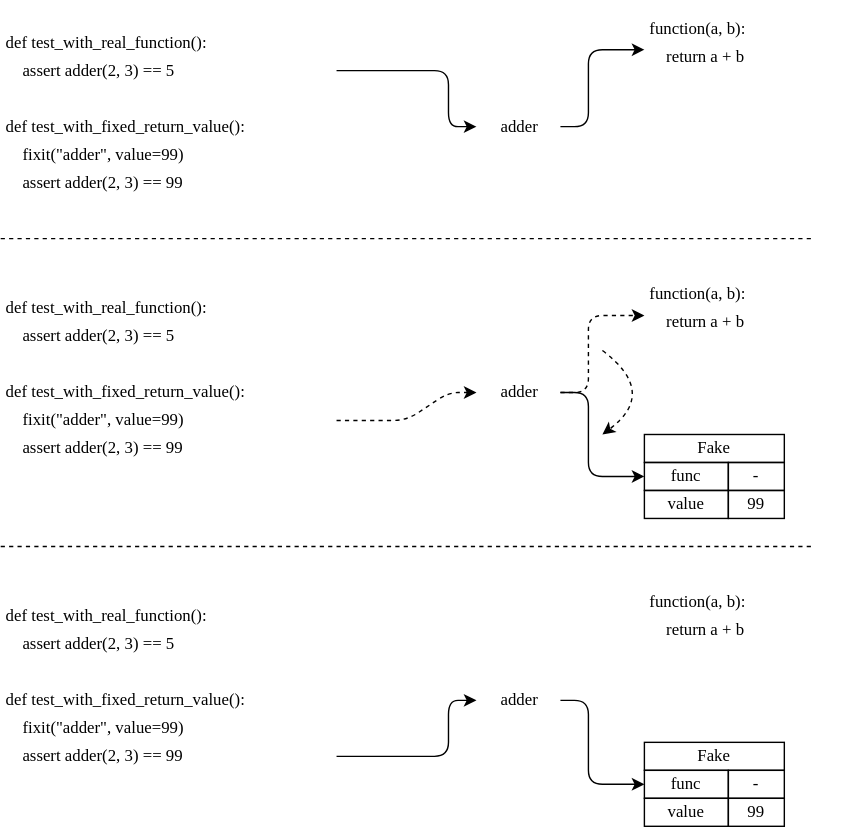
Before: src/reflect/timeline.svg, a diagram exported from draw.io (gvwilson/sdxpy). Source tidied: cells renumbered, new cells last; positions are measured from the earlier drawing's top-left corner, leaving out a move shared by most shapes.
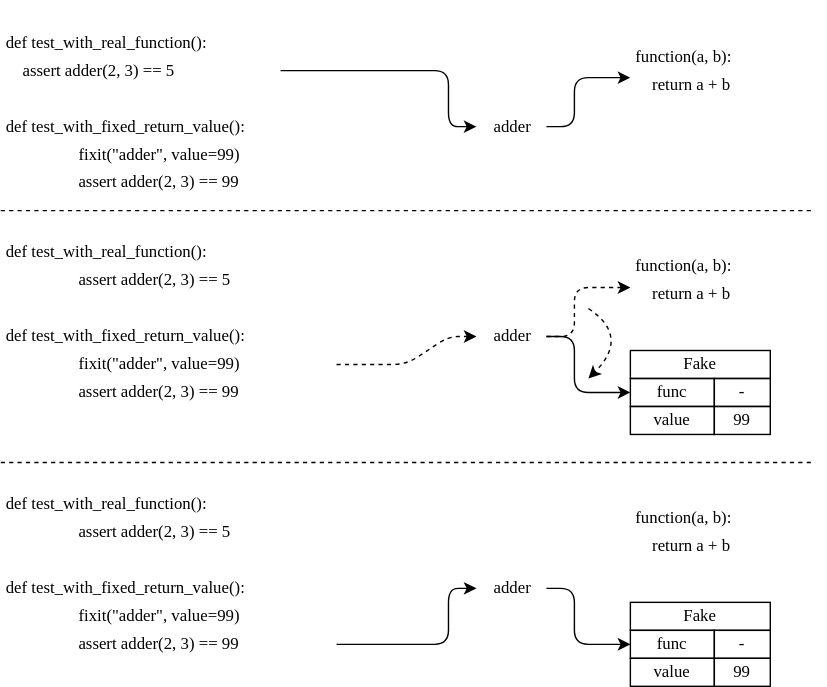
The same file after the commit.

The edit, as a diff of the source:
```diff
@@ -6,22 +6,22 @@
       <mxGeometry x="80" width="230" height="20" as="geometry" />
     </mxCell>
     <mxCell id="3" value="&lt;font style=&quot;font-size: 12px;&quot;&gt;def test_with_real_function():&lt;br style=&quot;font-size: 12px;&quot;&gt;&lt;/font&gt;" style="text;html=1;strokeColor=none;fillColor=none;align=left;verticalAlign=middle;whiteSpace=wrap;rounded=0;spacingLeft=2;fontSize=12;fontFamily=Verdana;" parent="1" vertex="1">
-      <mxGeometry y="20" width="310" height="20" as="geometry" />
+      <mxGeometry y="20" width="200" height="20" as="geometry" />
     </mxCell>
     <mxCell id="4" value="&lt;font style=&quot;font-size: 12px;&quot;&gt;&amp;nbsp; &amp;nbsp; assert adder(2, 3) == 5&lt;br style=&quot;font-size: 12px;&quot;&gt;&lt;/font&gt;" style="text;html=1;strokeColor=none;fillColor=none;align=left;verticalAlign=middle;whiteSpace=wrap;rounded=0;spacingLeft=2;fontSize=12;fontFamily=Verdana;" parent="1" vertex="1">
-      <mxGeometry y="40" width="240" height="20" as="geometry" />
+      <mxGeometry y="40" width="200" height="20" as="geometry" />
     </mxCell>
     <mxCell id="5" value="&lt;font style=&quot;font-size: 12px;&quot;&gt;def test_with_fixed_return_value():&lt;br style=&quot;font-size: 12px;&quot;&gt;&lt;/font&gt;" style="text;html=1;strokeColor=none;fillColor=none;align=left;verticalAlign=middle;whiteSpace=wrap;rounded=0;spacingLeft=2;fontSize=12;fontFamily=Verdana;" parent="1" vertex="1">
-      <mxGeometry y="80" width="310" height="20" as="geometry" />
+      <mxGeometry y="80" width="240" height="20" as="geometry" />
     </mxCell>
     <mxCell id="6" value="&lt;font style=&quot;font-size: 12px;&quot;&gt;&amp;nbsp; &amp;nbsp; fixit(&quot;adder&quot;, value=99)&lt;br style=&quot;font-size: 12px;&quot;&gt;&lt;/font&gt;" style="text;html=1;strokeColor=none;fillColor=none;align=left;verticalAlign=middle;whiteSpace=wrap;rounded=0;spacingLeft=2;fontSize=12;fontFamily=Verdana;" parent="1" vertex="1">
-      <mxGeometry y="100" width="240" height="20" as="geometry" />
+      <mxGeometry x="40" y="100" width="200" height="20" as="geometry" />
     </mxCell>
     <mxCell id="7" value="&lt;font style=&quot;font-size: 12px;&quot;&gt;&amp;nbsp; &amp;nbsp; assert adder(2, 3) == 99&lt;br style=&quot;font-size: 12px;&quot;&gt;&lt;/font&gt;" style="text;html=1;strokeColor=none;fillColor=none;align=left;verticalAlign=middle;whiteSpace=wrap;rounded=0;spacingLeft=2;fontSize=12;fontFamily=Verdana;" parent="1" vertex="1">
-      <mxGeometry y="120" width="240" height="20" as="geometry" />
+      <mxGeometry x="40" y="120" width="200" height="20" as="geometry" />
     </mxCell>
     <mxCell id="8" style="group;fontSize=12;fontFamily=Verdana;" parent="1" vertex="1">
-      <mxGeometry x="460" y="10" width="140" height="40" as="geometry" />
+      <mxGeometry x="450" y="30" width="140" height="40" as="geometry" />
     </mxCell>
     <mxCell id="9" value="&lt;font style=&quot;font-size: 12px;&quot;&gt;function(a, b):&lt;br style=&quot;font-size: 12px;&quot;&gt;&lt;/font&gt;" style="text;html=1;strokeColor=none;fillColor=none;align=left;verticalAlign=middle;whiteSpace=wrap;rounded=0;spacingLeft=2;fontSize=12;fontFamily=Verdana;" parent="8" vertex="1">
       <mxGeometry width="140" height="20" as="geometry" />
@@ -30,13 +30,13 @@
       <mxGeometry y="20" width="140" height="20" as="geometry" />
     </mxCell>
     <mxCell id="11" value="&lt;div style=&quot;font-size: 12px;&quot;&gt;&lt;span style=&quot;background-color: initial; font-size: 12px;&quot;&gt;adder&lt;/span&gt;&lt;/div&gt;" style="text;html=1;strokeColor=none;fillColor=none;align=center;verticalAlign=middle;whiteSpace=wrap;rounded=0;spacingLeft=2;fontSize=12;fontFamily=Verdana;" parent="1" vertex="1">
-      <mxGeometry x="340" y="80" width="60" height="20" as="geometry" />
+      <mxGeometry x="340" y="80" width="50" height="20" as="geometry" />
     </mxCell>
-    <mxCell id="12" style="endArrow=classic;html=1;rounded=1;exitX=1;exitY=0.5;exitDx=0;exitDy=0;entryX=0;entryY=0.25;entryDx=0;entryDy=0;fontFamily=Verdana;fontSize=12;" parent="1" edge="1" source="11" target="10">
+    <mxCell id="12" style="endArrow=classic;html=1;rounded=1;entryX=0;entryY=0.25;entryDx=0;entryDy=0;fontFamily=Verdana;fontSize=12;exitX=1;exitY=0.5;exitDx=0;exitDy=0;" parent="1" edge="1" source="11" target="10">
       <mxGeometry relative="1" as="geometry">
         <Array as="points">
-          <mxPoint x="420" y="90" />
-          <mxPoint x="420" y="35" />
+          <mxPoint x="410" y="90" />
+          <mxPoint x="410" y="55" />
         </Array>
       </mxGeometry>
     </mxCell>
@@ -49,25 +49,25 @@
       </mxGeometry>
     </mxCell>
     <mxCell id="14" value="&lt;font style=&quot;font-size: 12px;&quot;&gt;&lt;br style=&quot;font-size: 12px;&quot;&gt;&lt;/font&gt;" style="text;html=1;strokeColor=none;fillColor=none;align=left;verticalAlign=middle;whiteSpace=wrap;rounded=0;spacingLeft=2;fontFamily=Verdana;fontSize=12;" parent="1" vertex="1">
-      <mxGeometry x="80" y="190" width="230" height="20" as="geometry" />
+      <mxGeometry x="80" y="170" width="230" height="20" as="geometry" />
     </mxCell>
     <mxCell id="15" value="&lt;font style=&quot;font-size: 12px;&quot;&gt;def test_with_real_function():&lt;br style=&quot;font-size: 12px;&quot;&gt;&lt;/font&gt;" style="text;html=1;strokeColor=none;fillColor=none;align=left;verticalAlign=middle;whiteSpace=wrap;rounded=0;spacingLeft=2;fontSize=12;fontFamily=Verdana;" parent="1" vertex="1">
-      <mxGeometry y="210" width="310" height="20" as="geometry" />
+      <mxGeometry y="170" width="240" height="20" as="geometry" />
     </mxCell>
     <mxCell id="16" value="&lt;font style=&quot;font-size: 12px;&quot;&gt;&amp;nbsp; &amp;nbsp; assert adder(2, 3) == 5&lt;br style=&quot;font-size: 12px;&quot;&gt;&lt;/font&gt;" style="text;html=1;strokeColor=none;fillColor=none;align=left;verticalAlign=middle;whiteSpace=wrap;rounded=0;spacingLeft=2;fontSize=12;fontFamily=Verdana;" parent="1" vertex="1">
-      <mxGeometry y="230" width="240" height="20" as="geometry" />
+      <mxGeometry x="40" y="190" width="200" height="20" as="geometry" />
     </mxCell>
     <mxCell id="17" value="&lt;font style=&quot;font-size: 12px;&quot;&gt;def test_with_fixed_return_value():&lt;br style=&quot;font-size: 12px;&quot;&gt;&lt;/font&gt;" style="text;html=1;strokeColor=none;fillColor=none;align=left;verticalAlign=middle;whiteSpace=wrap;rounded=0;spacingLeft=2;fontSize=12;fontFamily=Verdana;" parent="1" vertex="1">
-      <mxGeometry y="270" width="310" height="20" as="geometry" />
+      <mxGeometry y="230" width="240" height="20" as="geometry" />
     </mxCell>
     <mxCell id="18" value="&lt;font style=&quot;font-size: 12px;&quot;&gt;&amp;nbsp; &amp;nbsp; fixit(&quot;adder&quot;, value=99)&lt;br style=&quot;font-size: 12px;&quot;&gt;&lt;/font&gt;" style="text;html=1;strokeColor=none;fillColor=none;align=left;verticalAlign=middle;whiteSpace=wrap;rounded=0;spacingLeft=2;fontSize=12;fontFamily=Verdana;" parent="1" vertex="1">
-      <mxGeometry y="290" width="240" height="20" as="geometry" />
+      <mxGeometry x="40" y="250" width="200" height="20" as="geometry" />
     </mxCell>
     <mxCell id="19" value="&lt;font style=&quot;font-size: 12px;&quot;&gt;&amp;nbsp; &amp;nbsp; assert adder(2, 3) == 99&lt;br style=&quot;font-size: 12px;&quot;&gt;&lt;/font&gt;" style="text;html=1;strokeColor=none;fillColor=none;align=left;verticalAlign=middle;whiteSpace=wrap;rounded=0;spacingLeft=2;fontSize=12;fontFamily=Verdana;" parent="1" vertex="1">
-      <mxGeometry y="310" width="240" height="20" as="geometry" />
+      <mxGeometry x="40" y="270" width="200" height="20" as="geometry" />
     </mxCell>
     <mxCell id="20" style="group;fontSize=12;fontFamily=Verdana;" parent="1" vertex="1">
-      <mxGeometry x="460" y="200" width="140" height="40" as="geometry" />
+      <mxGeometry x="450" y="180" width="140" height="40" as="geometry" />
     </mxCell>
     <mxCell id="21" value="&lt;font style=&quot;font-size: 12px;&quot;&gt;function(a, b):&lt;br style=&quot;font-size: 12px;&quot;&gt;&lt;/font&gt;" style="text;html=1;strokeColor=none;fillColor=none;align=left;verticalAlign=middle;whiteSpace=wrap;rounded=0;spacingLeft=2;fontSize=12;fontFamily=Verdana;" parent="20" vertex="1">
       <mxGeometry width="140" height="20" as="geometry" />
@@ -76,61 +76,48 @@
       <mxGeometry y="20" width="140" height="20" as="geometry" />
     </mxCell>
     <mxCell id="23" value="&lt;div style=&quot;font-size: 12px;&quot;&gt;&lt;span style=&quot;background-color: initial; font-size: 12px;&quot;&gt;adder&lt;/span&gt;&lt;/div&gt;" style="text;html=1;strokeColor=none;fillColor=none;align=center;verticalAlign=middle;whiteSpace=wrap;rounded=0;spacingLeft=2;fontSize=12;fontFamily=Verdana;" parent="1" vertex="1">
-      <mxGeometry x="340" y="270" width="60" height="20" as="geometry" />
+      <mxGeometry x="340" y="230" width="50" height="20" as="geometry" />
     </mxCell>
     <mxCell id="24" style="group;fontSize=12;fontFamily=Verdana;" parent="1" vertex="1">
-      <mxGeometry x="460" y="310" width="100" height="60" as="geometry" />
+      <mxGeometry x="450" y="270" width="100" height="60" as="geometry" />
     </mxCell>
-    <mxCell id="25" value="&lt;font style=&quot;font-size: 12px;&quot;&gt;Fake&lt;/font&gt;" style="rounded=0;whiteSpace=wrap;html=1;fillColor=none;fontSize=12;fontFamily=Verdana;" parent="24" vertex="1">
-      <mxGeometry width="100" height="20" as="geometry" />
-    </mxCell>
-    <mxCell id="26" value="&lt;font style=&quot;font-size: 12px;&quot;&gt;func&lt;/font&gt;" style="rounded=0;whiteSpace=wrap;html=1;fillColor=none;fontSize=12;fontFamily=Verdana;" parent="24" vertex="1">
-      <mxGeometry y="20" width="60" height="20" as="geometry" />
-    </mxCell>
     <mxCell id="27" value="&lt;font style=&quot;font-size: 12px;&quot;&gt;value&lt;/font&gt;" style="rounded=0;whiteSpace=wrap;html=1;fillColor=none;fontSize=12;fontFamily=Verdana;" parent="24" vertex="1">
-      <mxGeometry y="40" width="60" height="20" as="geometry" />
+      <mxGeometry y="20" width="60" height="20" as="geometry" />
     </mxCell>
-    <mxCell id="28" value="&lt;font style=&quot;font-size: 12px;&quot;&gt;-&lt;/font&gt;" style="rounded=0;whiteSpace=wrap;html=1;fillColor=none;fontSize=12;fontFamily=Verdana;" parent="24" vertex="1">
-      <mxGeometry x="60" y="20" width="40" height="20" as="geometry" />
-    </mxCell>
     <mxCell id="29" value="&lt;font style=&quot;font-size: 12px;&quot;&gt;99&lt;/font&gt;" style="rounded=0;whiteSpace=wrap;html=1;fillColor=none;fontSize=12;fontFamily=Verdana;" parent="24" vertex="1">
-      <mxGeometry x="60" y="40" width="40" height="20" as="geometry" />
+      <mxGeometry x="60" y="20" width="40" height="20" as="geometry" />
     </mxCell>
-    <mxCell id="30" style="endArrow=classic;html=1;rounded=1;fontFamily=Verdana;entryX=0;entryY=0.5;entryDx=0;entryDy=0;fontSize=12;" parent="1" edge="1" target="26">
+    <mxCell id="30" style="endArrow=classic;html=1;rounded=1;fontFamily=Verdana;entryX=0;entryY=0.5;entryDx=0;entryDy=0;fontSize=12;exitX=1;exitY=0.5;exitDx=0;exitDy=0;" parent="1" edge="1" source="23" target="26">
       <mxGeometry relative="1" as="geometry">
-        <mxPoint x="400" y="280" as="sourcePoint" />
         <Array as="points">
-          <mxPoint x="420" y="280" />
-          <mxPoint x="420" y="340" />
+          <mxPoint x="410" y="240" />
+          <mxPoint x="410" y="280" />
         </Array>
       </mxGeometry>
     </mxCell>
     <mxCell id="31" style="endArrow=none;dashed=1;html=1;rounded=1;fontFamily=Verdana;fontSize=12;" parent="1" edge="1">
       <mxGeometry relative="1" as="geometry">
-        <mxPoint y="170" as="sourcePoint" />
-        <mxPoint x="580" y="170" as="targetPoint" />
+        <mxPoint y="150" as="sourcePoint" />
+        <mxPoint x="580" y="150" as="targetPoint" />
       </mxGeometry>
     </mxCell>
-    <mxCell id="32" value="&lt;font style=&quot;font-size: 12px;&quot;&gt;&lt;br style=&quot;font-size: 12px;&quot;&gt;&lt;/font&gt;" style="text;html=1;strokeColor=none;fillColor=none;align=left;verticalAlign=middle;whiteSpace=wrap;rounded=0;spacingLeft=2;fontFamily=Verdana;fontSize=12;" parent="1" vertex="1">
-      <mxGeometry x="80" y="410" width="230" height="20" as="geometry" />
-    </mxCell>
     <mxCell id="33" value="&lt;font style=&quot;font-size: 12px;&quot;&gt;def test_with_real_function():&lt;br style=&quot;font-size: 12px;&quot;&gt;&lt;/font&gt;" style="text;html=1;strokeColor=none;fillColor=none;align=left;verticalAlign=middle;whiteSpace=wrap;rounded=0;spacingLeft=2;fontSize=12;fontFamily=Verdana;" parent="1" vertex="1">
-      <mxGeometry y="430" width="310" height="20" as="geometry" />
+      <mxGeometry y="350" width="240" height="20" as="geometry" />
     </mxCell>
     <mxCell id="34" value="&lt;font style=&quot;font-size: 12px;&quot;&gt;&amp;nbsp; &amp;nbsp; assert adder(2, 3) == 5&lt;br style=&quot;font-size: 12px;&quot;&gt;&lt;/font&gt;" style="text;html=1;strokeColor=none;fillColor=none;align=left;verticalAlign=middle;whiteSpace=wrap;rounded=0;spacingLeft=2;fontSize=12;fontFamily=Verdana;" parent="1" vertex="1">
-      <mxGeometry y="450" width="240" height="20" as="geometry" />
+      <mxGeometry x="40" y="370" width="200" height="20" as="geometry" />
     </mxCell>
     <mxCell id="35" value="&lt;font style=&quot;font-size: 12px;&quot;&gt;def test_with_fixed_return_value():&lt;br style=&quot;font-size: 12px;&quot;&gt;&lt;/font&gt;" style="text;html=1;strokeColor=none;fillColor=none;align=left;verticalAlign=middle;whiteSpace=wrap;rounded=0;spacingLeft=2;fontSize=12;fontFamily=Verdana;" parent="1" vertex="1">
-      <mxGeometry y="490" width="310" height="20" as="geometry" />
+      <mxGeometry y="410" width="240" height="20" as="geometry" />
     </mxCell>
     <mxCell id="36" value="&lt;font style=&quot;font-size: 12px;&quot;&gt;&amp;nbsp; &amp;nbsp; fixit(&quot;adder&quot;, value=99)&lt;br style=&quot;font-size: 12px;&quot;&gt;&lt;/font&gt;" style="text;html=1;strokeColor=none;fillColor=none;align=left;verticalAlign=middle;whiteSpace=wrap;rounded=0;spacingLeft=2;fontSize=12;fontFamily=Verdana;" parent="1" vertex="1">
-      <mxGeometry y="510" width="240" height="20" as="geometry" />
+      <mxGeometry x="40" y="430" width="200" height="20" as="geometry" />
     </mxCell>
     <mxCell id="37" value="&lt;font style=&quot;font-size: 12px;&quot;&gt;&amp;nbsp; &amp;nbsp; assert adder(2, 3) == 99&lt;br style=&quot;font-size: 12px;&quot;&gt;&lt;/font&gt;" style="text;html=1;strokeColor=none;fillColor=none;align=left;verticalAlign=middle;whiteSpace=wrap;rounded=0;spacingLeft=2;fontSize=12;fontFamily=Verdana;" parent="1" vertex="1">
-      <mxGeometry y="530" width="240" height="20" as="geometry" />
+      <mxGeometry x="40" y="450" width="200" height="20" as="geometry" />
     </mxCell>
     <mxCell id="38" style="group;fontSize=12;fontFamily=Verdana;" parent="1" vertex="1">
-      <mxGeometry x="460" y="420" width="140" height="40" as="geometry" />
+      <mxGeometry x="450" y="360" width="140" height="40" as="geometry" />
     </mxCell>
     <mxCell id="39" value="&lt;font style=&quot;font-size: 12px;&quot;&gt;function(a, b):&lt;br style=&quot;font-size: 12px;&quot;&gt;&lt;/font&gt;" style="text;html=1;strokeColor=none;fillColor=none;align=left;verticalAlign=middle;whiteSpace=wrap;rounded=0;spacingLeft=2;fontSize=12;fontFamily=Verdana;" parent="38" vertex="1">
       <mxGeometry width="140" height="20" as="geometry" />
@@ -139,18 +126,18 @@
       <mxGeometry y="20" width="140" height="20" as="geometry" />
     </mxCell>
     <mxCell id="41" value="&lt;div style=&quot;font-size: 12px;&quot;&gt;&lt;span style=&quot;background-color: initial; font-size: 12px;&quot;&gt;adder&lt;/span&gt;&lt;/div&gt;" style="text;html=1;strokeColor=none;fillColor=none;align=center;verticalAlign=middle;whiteSpace=wrap;rounded=0;spacingLeft=2;fontSize=12;fontFamily=Verdana;" parent="1" vertex="1">
-      <mxGeometry x="340" y="490" width="60" height="20" as="geometry" />
+      <mxGeometry x="340" y="410" width="50" height="20" as="geometry" />
     </mxCell>
     <mxCell id="42" style="endArrow=classic;html=1;rounded=1;exitX=1;exitY=0.5;exitDx=0;exitDy=0;entryX=0;entryY=0.5;entryDx=0;entryDy=0;fontFamily=Verdana;fontSize=12;" parent="1" edge="1" source="37" target="41">
       <mxGeometry relative="1" as="geometry">
         <Array as="points">
-          <mxPoint x="320" y="540" />
-          <mxPoint x="320" y="500" />
+          <mxPoint x="320" y="460" />
+          <mxPoint x="320" y="420" />
         </Array>
       </mxGeometry>
     </mxCell>
     <mxCell id="43" style="group;fontSize=12;fontFamily=Verdana;" parent="1" vertex="1">
-      <mxGeometry x="460" y="530" width="100" height="60" as="geometry" />
+      <mxGeometry x="450" y="430" width="100" height="60" as="geometry" />
     </mxCell>
     <mxCell id="44" value="&lt;font style=&quot;font-size: 12px;&quot;&gt;Fake&lt;/font&gt;" style="rounded=0;whiteSpace=wrap;html=1;fillColor=none;fontSize=12;fontFamily=Verdana;" parent="43" vertex="1">
       <mxGeometry width="100" height="20" as="geometry" />
@@ -167,46 +154,53 @@
     <mxCell id="48" value="&lt;font style=&quot;font-size: 12px;&quot;&gt;99&lt;/font&gt;" style="rounded=0;whiteSpace=wrap;html=1;fillColor=none;fontSize=12;fontFamily=Verdana;" parent="43" vertex="1">
       <mxGeometry x="60" y="40" width="40" height="20" as="geometry" />
     </mxCell>
-    <mxCell id="49" style="endArrow=classic;html=1;rounded=1;fontFamily=Verdana;entryX=0;entryY=0.5;entryDx=0;entryDy=0;fontSize=12;" parent="1" edge="1" target="45">
+    <mxCell id="49" style="endArrow=classic;html=1;rounded=1;fontFamily=Verdana;entryX=0;entryY=0.5;entryDx=0;entryDy=0;fontSize=12;exitX=1;exitY=0.5;exitDx=0;exitDy=0;" parent="1" edge="1" source="41" target="45">
       <mxGeometry relative="1" as="geometry">
-        <mxPoint x="400" y="500" as="sourcePoint" />
         <Array as="points">
-          <mxPoint x="420" y="500" />
-          <mxPoint x="420" y="560" />
+          <mxPoint x="410" y="420" />
+          <mxPoint x="410" y="460" />
         </Array>
       </mxGeometry>
     </mxCell>
     <mxCell id="50" style="endArrow=none;dashed=1;html=1;rounded=1;fontFamily=Verdana;fontSize=12;" parent="1" edge="1">
       <mxGeometry relative="1" as="geometry">
-        <mxPoint y="390" as="sourcePoint" />
-        <mxPoint x="580" y="390" as="targetPoint" />
+        <mxPoint y="330" as="sourcePoint" />
+        <mxPoint x="580" y="330" as="targetPoint" />
       </mxGeometry>
     </mxCell>
-    <mxCell id="51" style="endArrow=classic;html=1;rounded=1;fontFamily=Verdana;entryX=0;entryY=0.25;entryDx=0;entryDy=0;dashed=1;fontSize=12;" parent="1" edge="1" target="22">
+    <mxCell id="51" style="endArrow=classic;html=1;rounded=1;fontFamily=Verdana;entryX=0;entryY=0.25;entryDx=0;entryDy=0;dashed=1;fontSize=12;exitX=1;exitY=0.5;exitDx=0;exitDy=0;" parent="1" edge="1" source="23" target="22">
       <mxGeometry relative="1" as="geometry">
-        <mxPoint x="400" y="280" as="sourcePoint" />
         <Array as="points">
-          <mxPoint x="420" y="280" />
-          <mxPoint x="420" y="225" />
+          <mxPoint x="410" y="240" />
+          <mxPoint x="410" y="205" />
         </Array>
       </mxGeometry>
     </mxCell>
     <mxCell id="52" style="curved=1;endArrow=classic;html=1;rounded=1;dashed=1;fontFamily=Verdana;fontSize=12;" parent="1" edge="1">
       <mxGeometry relative="1" as="geometry">
-        <mxPoint x="430" y="250" as="sourcePoint" />
-        <mxPoint x="430" y="310" as="targetPoint" />
+        <mxPoint x="420" y="220" as="sourcePoint" />
+        <mxPoint x="420" y="270" as="targetPoint" />
         <Array as="points">
-          <mxPoint x="470" y="280" />
+          <mxPoint x="450" y="240" />
         </Array>
       </mxGeometry>
     </mxCell>
     <mxCell id="53" style="endArrow=classic;html=1;rounded=1;dashed=1;fontFamily=Verdana;exitX=1;exitY=0.5;exitDx=0;exitDy=0;entryX=0;entryY=0.5;entryDx=0;entryDy=0;fontSize=12;" parent="1" edge="1" source="18" target="23">
       <mxGeometry relative="1" as="geometry">
         <Array as="points">
-          <mxPoint x="290" y="300" />
-          <mxPoint x="320" y="280" />
+          <mxPoint x="290" y="260" />
+          <mxPoint x="320" y="240" />
         </Array>
       </mxGeometry>
     </mxCell>
+    <mxCell id="25" value="&lt;font style=&quot;font-size: 12px;&quot;&gt;Fake&lt;/font&gt;" style="rounded=0;whiteSpace=wrap;html=1;fillColor=none;fontSize=12;fontFamily=Verdana;" parent="1" vertex="1">
+      <mxGeometry x="450" y="250" width="100" height="20" as="geometry" />
+    </mxCell>
+    <mxCell id="26" value="&lt;font style=&quot;font-size: 12px;&quot;&gt;func&lt;/font&gt;" style="rounded=0;whiteSpace=wrap;html=1;fillColor=none;fontSize=12;fontFamily=Verdana;" parent="1" vertex="1">
+      <mxGeometry x="450" y="270" width="60" height="20" as="geometry" />
+    </mxCell>
+    <mxCell id="28" value="&lt;font style=&quot;font-size: 12px;&quot;&gt;-&lt;/font&gt;" style="rounded=0;whiteSpace=wrap;html=1;fillColor=none;fontSize=12;fontFamily=Verdana;" parent="1" vertex="1">
+      <mxGeometry x="510" y="270" width="40" height="20" as="geometry" />
+    </mxCell>
   </root>
 </mxGraphModel>
```
